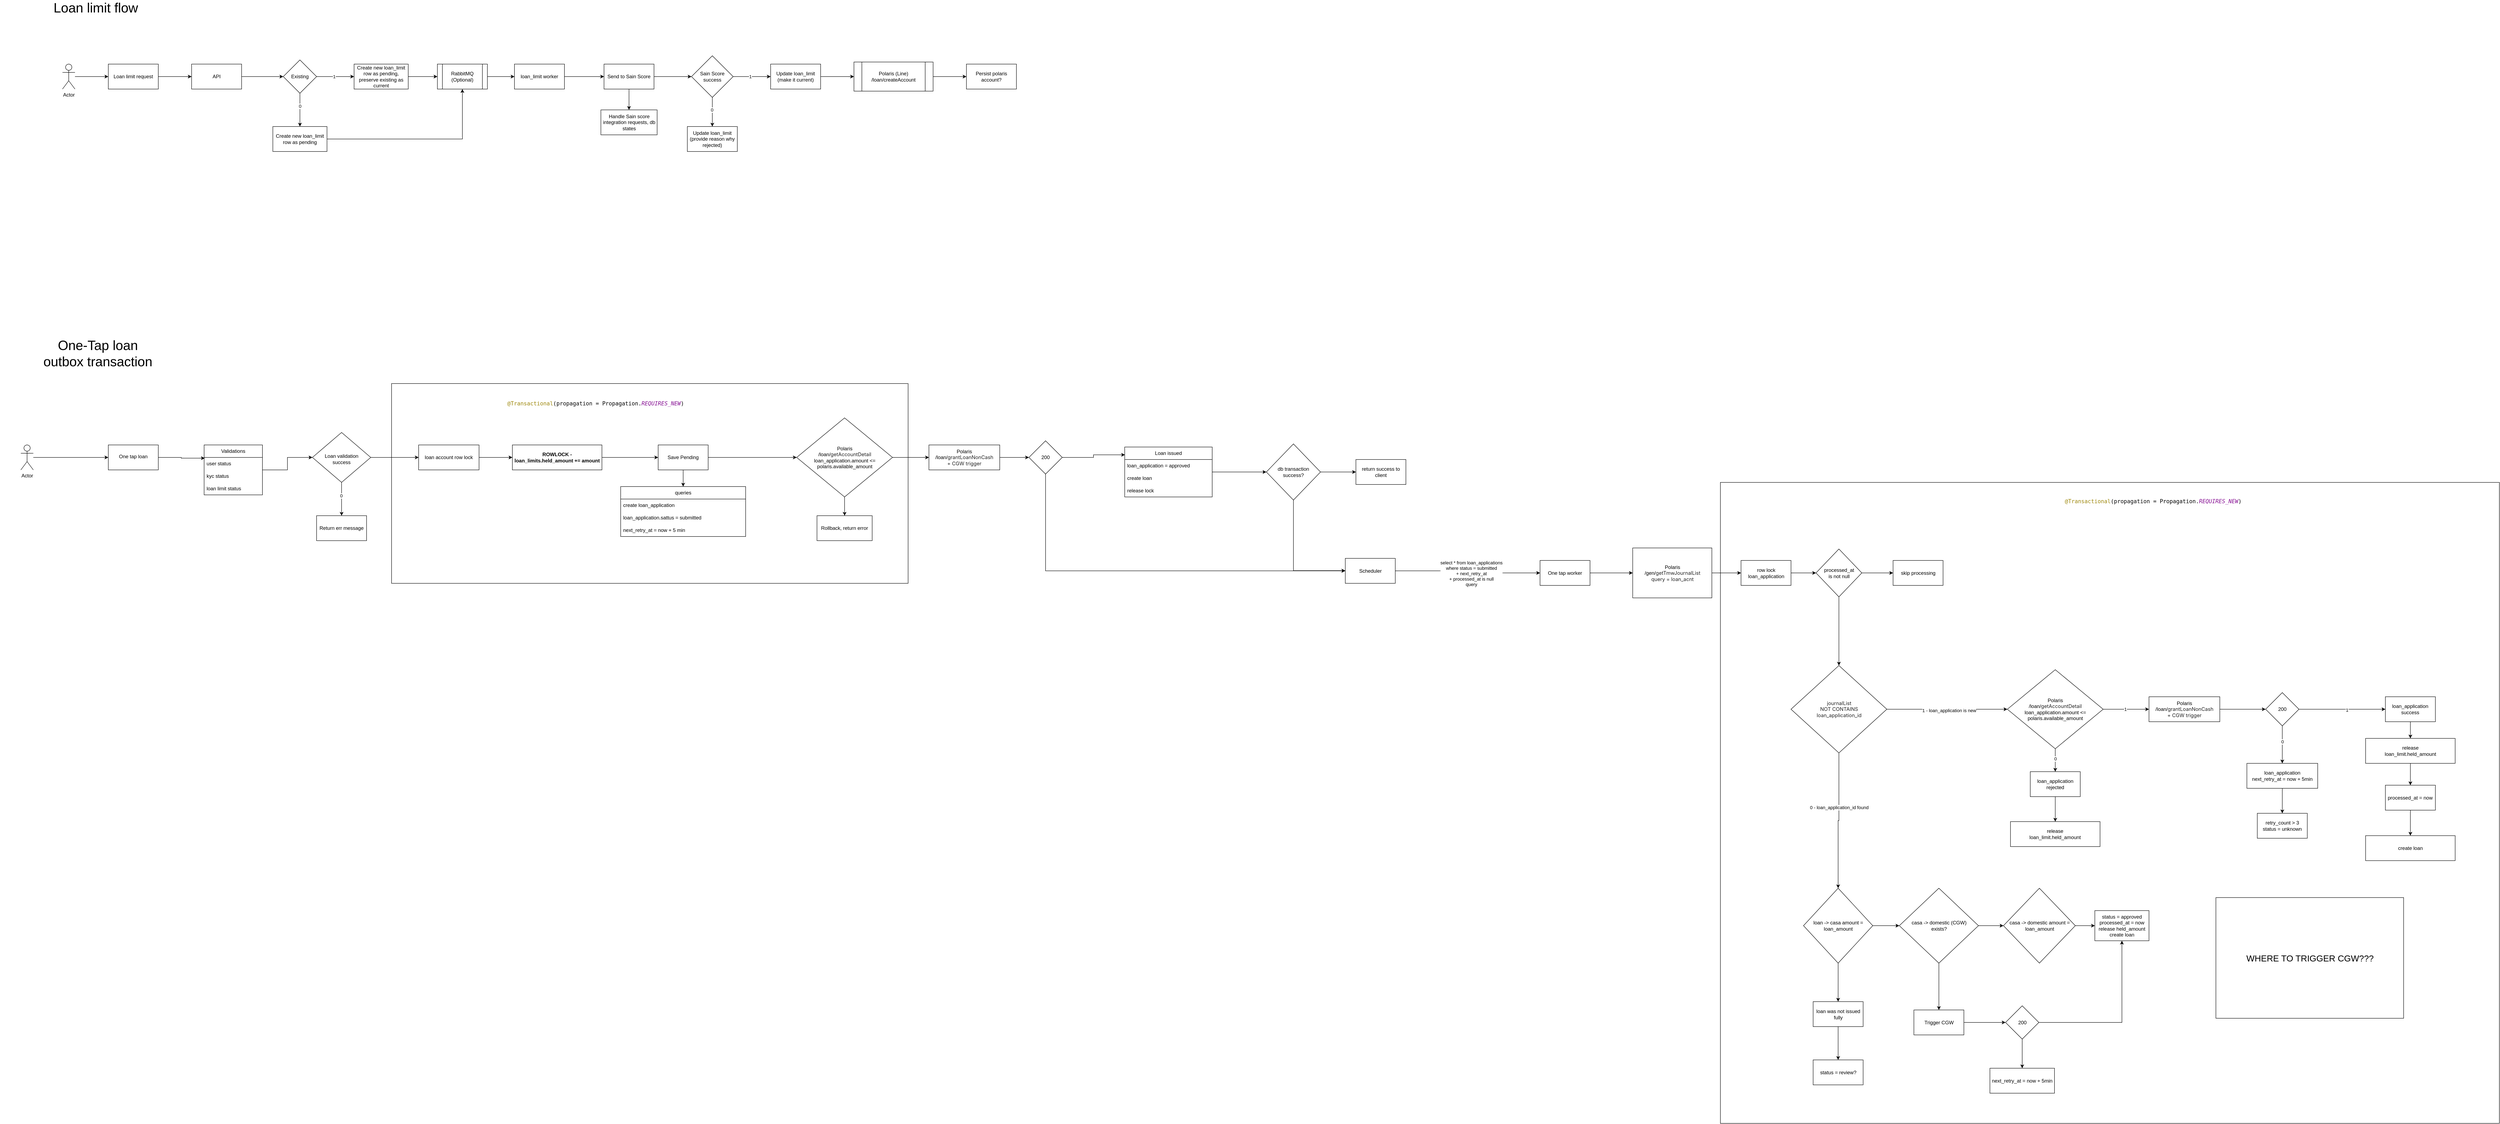
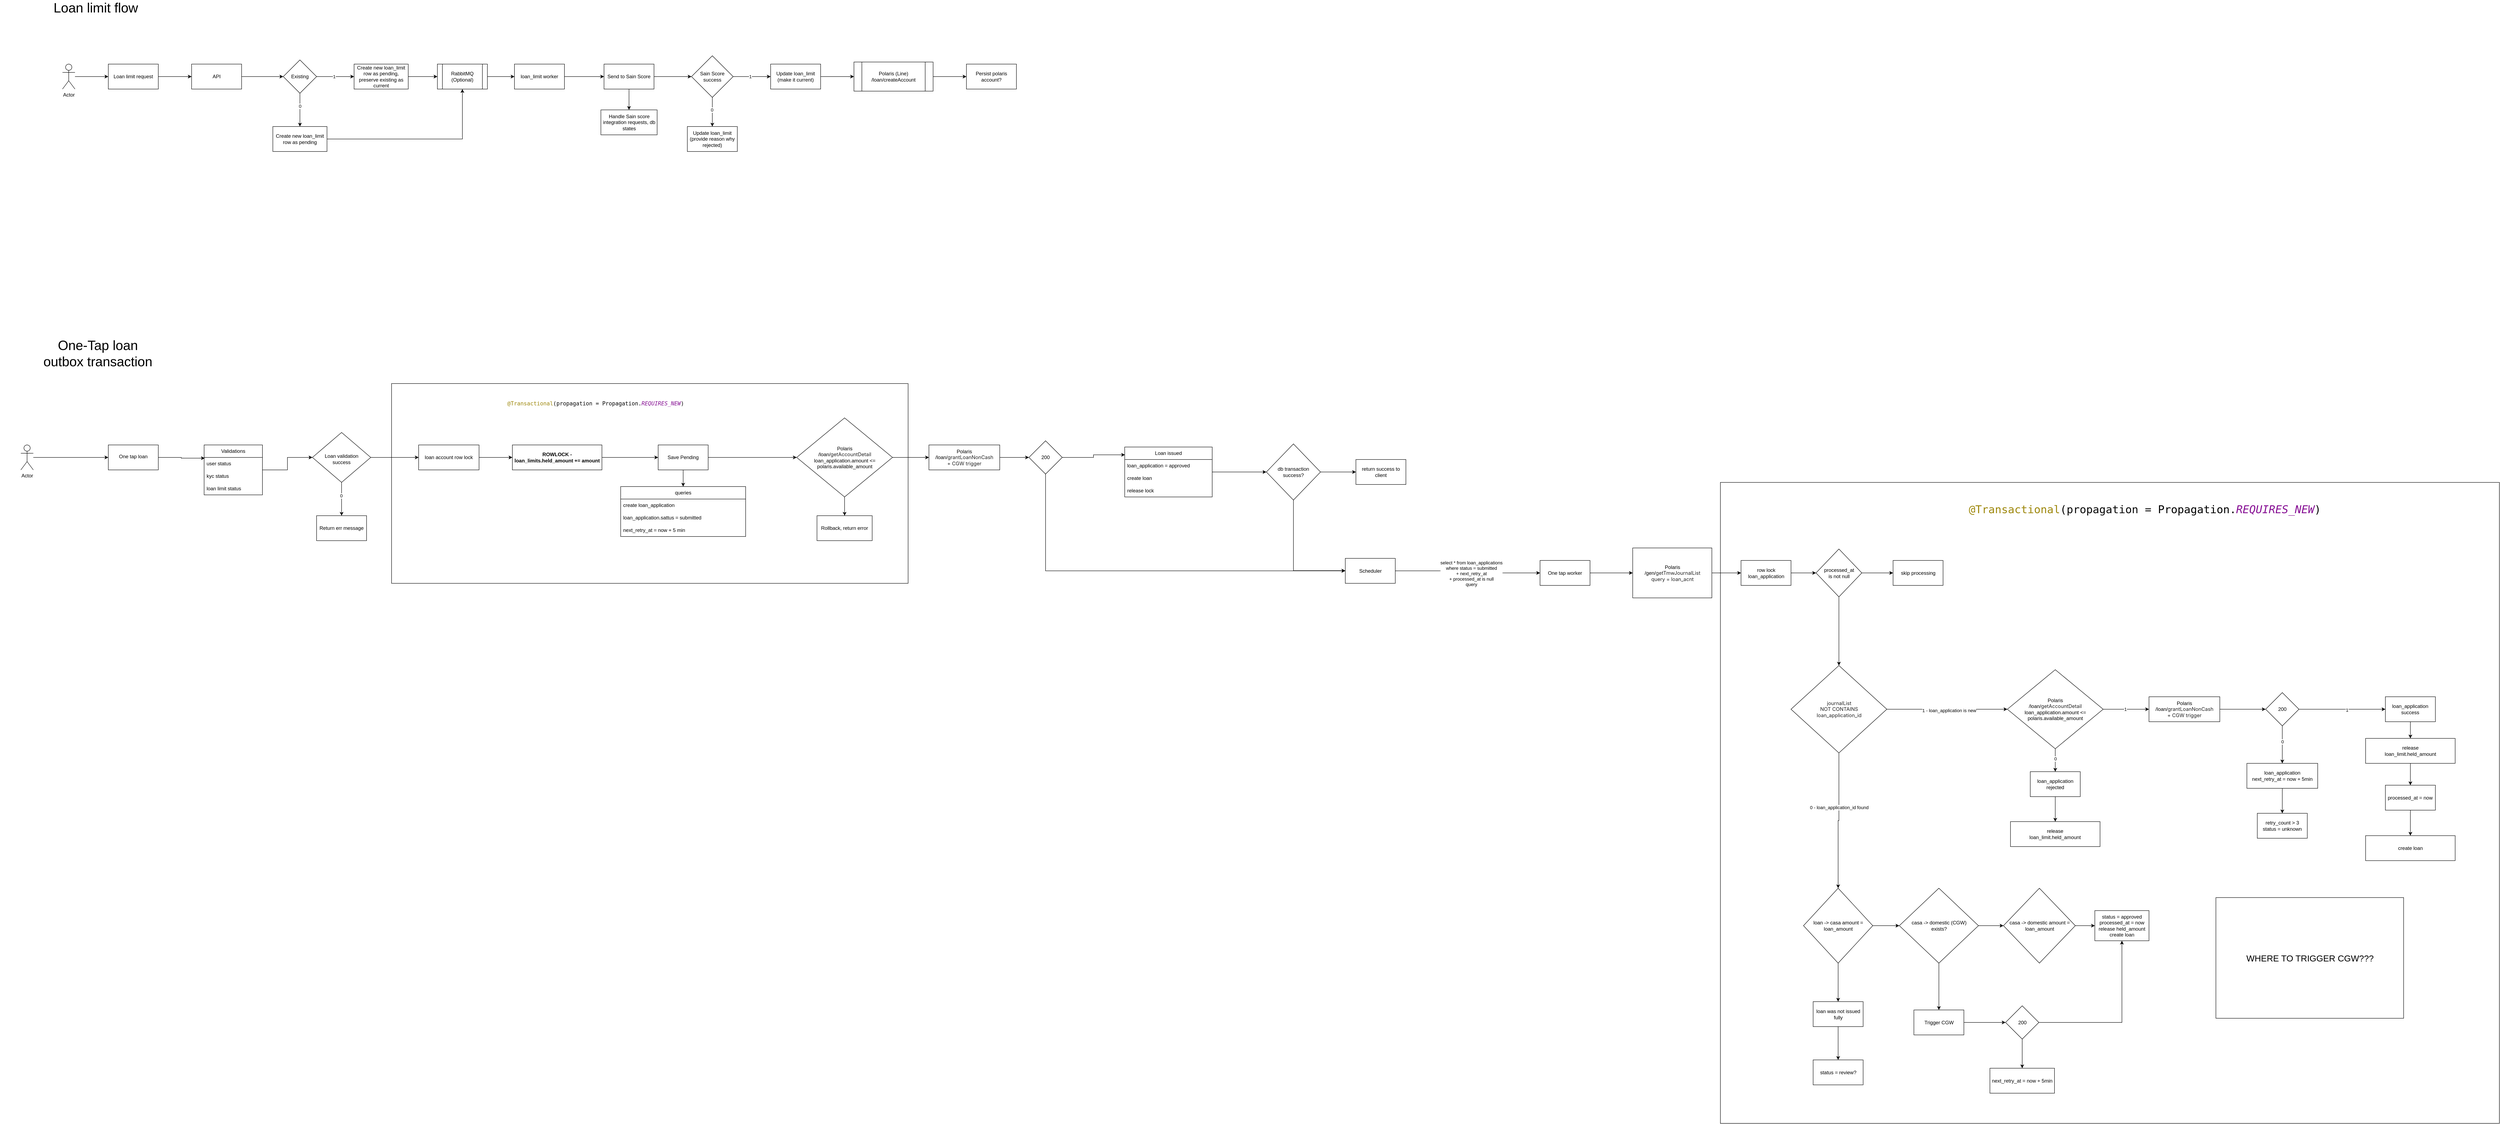
<mxfile host="app.diagrams.net">
  <diagram name="Page-1" id="VCBSuIh8bz7kurrQ0Zaz">
    <mxGraphModel dx="3826" dy="1740" grid="1" gridSize="10" guides="1" tooltips="1" connect="1" arrows="1" fold="1" page="1" pageScale="1" pageWidth="850" pageHeight="1100" math="0" shadow="0">
      <root>
        <mxCell id="0" />
        <mxCell id="1" parent="0" />
        <mxCell id="In8fDh9ZLN2M87an2Miy-188" parent="1" style="rounded=0;whiteSpace=wrap;html=1;" value="" vertex="1">
          <mxGeometry height="1540" width="1870" x="4020" y="1215" as="geometry" />
        </mxCell>
        <mxCell id="In8fDh9ZLN2M87an2Miy-172" parent="1" style="rounded=0;whiteSpace=wrap;html=1;" value="" vertex="1">
          <mxGeometry height="480" width="1240" x="830" y="977.5" as="geometry" />
        </mxCell>
        <mxCell id="KqixbsF9o6dLofBvsG9t-5" edge="1" parent="1" source="KqixbsF9o6dLofBvsG9t-1" style="edgeStyle=orthogonalEdgeStyle;rounded=0;orthogonalLoop=1;jettySize=auto;html=1;" target="KqixbsF9o6dLofBvsG9t-4" value="">
          <mxGeometry relative="1" as="geometry" />
        </mxCell>
        <mxCell id="KqixbsF9o6dLofBvsG9t-1" parent="1" style="rounded=0;whiteSpace=wrap;html=1;" value="Loan limit request" vertex="1">
          <mxGeometry height="60" width="120" x="150" y="210" as="geometry" />
        </mxCell>
        <mxCell id="KqixbsF9o6dLofBvsG9t-3" edge="1" parent="1" source="KqixbsF9o6dLofBvsG9t-2" style="edgeStyle=orthogonalEdgeStyle;rounded=0;orthogonalLoop=1;jettySize=auto;html=1;" target="KqixbsF9o6dLofBvsG9t-1" value="">
          <mxGeometry relative="1" as="geometry" />
        </mxCell>
        <mxCell id="KqixbsF9o6dLofBvsG9t-2" parent="1" style="shape=umlActor;verticalLabelPosition=bottom;verticalAlign=top;html=1;outlineConnect=0;" value="Actor" vertex="1">
          <mxGeometry height="60" width="30" x="40" y="210" as="geometry" />
        </mxCell>
        <mxCell id="KqixbsF9o6dLofBvsG9t-9" edge="1" parent="1" source="KqixbsF9o6dLofBvsG9t-4" style="edgeStyle=orthogonalEdgeStyle;rounded=0;orthogonalLoop=1;jettySize=auto;html=1;" target="KqixbsF9o6dLofBvsG9t-8" value="">
          <mxGeometry relative="1" as="geometry" />
        </mxCell>
        <mxCell id="KqixbsF9o6dLofBvsG9t-4" parent="1" style="rounded=0;whiteSpace=wrap;html=1;" value="API" vertex="1">
          <mxGeometry height="60" width="120" x="350" y="210" as="geometry" />
        </mxCell>
        <mxCell id="KqixbsF9o6dLofBvsG9t-11" edge="1" parent="1" source="KqixbsF9o6dLofBvsG9t-8" style="edgeStyle=orthogonalEdgeStyle;rounded=0;orthogonalLoop=1;jettySize=auto;html=1;" target="KqixbsF9o6dLofBvsG9t-10" value="">
          <mxGeometry relative="1" as="geometry" />
        </mxCell>
        <mxCell id="KqixbsF9o6dLofBvsG9t-12" connectable="0" parent="KqixbsF9o6dLofBvsG9t-11" style="edgeLabel;html=1;align=center;verticalAlign=middle;resizable=0;points=[];" value="1" vertex="1">
          <mxGeometry relative="1" x="-0.079" as="geometry">
            <mxPoint as="offset" />
          </mxGeometry>
        </mxCell>
        <mxCell id="KqixbsF9o6dLofBvsG9t-14" edge="1" parent="1" source="KqixbsF9o6dLofBvsG9t-8" style="edgeStyle=orthogonalEdgeStyle;rounded=0;orthogonalLoop=1;jettySize=auto;html=1;" target="KqixbsF9o6dLofBvsG9t-13" value="">
          <mxGeometry relative="1" as="geometry" />
        </mxCell>
        <mxCell id="KqixbsF9o6dLofBvsG9t-15" connectable="0" parent="KqixbsF9o6dLofBvsG9t-14" style="edgeLabel;html=1;align=center;verticalAlign=middle;resizable=0;points=[];" value="0" vertex="1">
          <mxGeometry relative="1" x="-0.2407" as="geometry">
            <mxPoint as="offset" />
          </mxGeometry>
        </mxCell>
        <mxCell id="KqixbsF9o6dLofBvsG9t-8" parent="1" style="rhombus;whiteSpace=wrap;html=1;rounded=0;" value="Existing" vertex="1">
          <mxGeometry height="80" width="80" x="570" y="200" as="geometry" />
        </mxCell>
        <mxCell id="KqixbsF9o6dLofBvsG9t-23" edge="1" parent="1" source="KqixbsF9o6dLofBvsG9t-10" style="edgeStyle=orthogonalEdgeStyle;rounded=0;orthogonalLoop=1;jettySize=auto;html=1;" target="KqixbsF9o6dLofBvsG9t-22" value="">
          <mxGeometry relative="1" as="geometry" />
        </mxCell>
        <mxCell id="KqixbsF9o6dLofBvsG9t-10" parent="1" style="whiteSpace=wrap;html=1;rounded=0;" value="Create new loan_limit row as pending, preserve existing as current" vertex="1">
          <mxGeometry height="60" width="130" x="740" y="210" as="geometry" />
        </mxCell>
        <mxCell id="KqixbsF9o6dLofBvsG9t-26" edge="1" parent="1" source="KqixbsF9o6dLofBvsG9t-13" style="edgeStyle=orthogonalEdgeStyle;rounded=0;orthogonalLoop=1;jettySize=auto;html=1;entryX=0.5;entryY=1;entryDx=0;entryDy=0;" target="KqixbsF9o6dLofBvsG9t-22">
          <mxGeometry relative="1" as="geometry" />
        </mxCell>
        <mxCell id="KqixbsF9o6dLofBvsG9t-13" parent="1" style="whiteSpace=wrap;html=1;rounded=0;" value="Create new loan_limit row as pending" vertex="1">
          <mxGeometry height="60" width="130" x="545" y="360" as="geometry" />
        </mxCell>
        <mxCell id="KqixbsF9o6dLofBvsG9t-25" edge="1" parent="1" source="KqixbsF9o6dLofBvsG9t-22" style="edgeStyle=orthogonalEdgeStyle;rounded=0;orthogonalLoop=1;jettySize=auto;html=1;" target="KqixbsF9o6dLofBvsG9t-24" value="">
          <mxGeometry relative="1" as="geometry" />
        </mxCell>
        <mxCell id="KqixbsF9o6dLofBvsG9t-22" parent="1" style="shape=process;whiteSpace=wrap;html=1;backgroundOutline=1;rounded=0;" value="RabbitMQ (Optional)" vertex="1">
          <mxGeometry height="60" width="120" x="940" y="210" as="geometry" />
        </mxCell>
        <mxCell id="KqixbsF9o6dLofBvsG9t-28" edge="1" parent="1" source="KqixbsF9o6dLofBvsG9t-24" style="edgeStyle=orthogonalEdgeStyle;rounded=0;orthogonalLoop=1;jettySize=auto;html=1;" target="KqixbsF9o6dLofBvsG9t-27" value="">
          <mxGeometry relative="1" as="geometry" />
        </mxCell>
        <mxCell id="KqixbsF9o6dLofBvsG9t-24" parent="1" style="whiteSpace=wrap;html=1;rounded=0;" value="loan_limit worker" vertex="1">
          <mxGeometry height="60" width="120" x="1125" y="210" as="geometry" />
        </mxCell>
        <mxCell id="KqixbsF9o6dLofBvsG9t-30" edge="1" parent="1" source="KqixbsF9o6dLofBvsG9t-27" style="edgeStyle=orthogonalEdgeStyle;rounded=0;orthogonalLoop=1;jettySize=auto;html=1;" target="KqixbsF9o6dLofBvsG9t-29" value="">
          <mxGeometry relative="1" as="geometry" />
        </mxCell>
        <mxCell id="KqixbsF9o6dLofBvsG9t-38" edge="1" parent="1" source="KqixbsF9o6dLofBvsG9t-27" style="edgeStyle=orthogonalEdgeStyle;rounded=0;orthogonalLoop=1;jettySize=auto;html=1;" target="KqixbsF9o6dLofBvsG9t-37" value="">
          <mxGeometry relative="1" as="geometry" />
        </mxCell>
        <mxCell id="KqixbsF9o6dLofBvsG9t-27" parent="1" style="whiteSpace=wrap;html=1;rounded=0;" value="Send to Sain Score" vertex="1">
          <mxGeometry height="60" width="120" x="1340" y="210" as="geometry" />
        </mxCell>
        <mxCell id="KqixbsF9o6dLofBvsG9t-32" edge="1" parent="1" source="KqixbsF9o6dLofBvsG9t-29" style="edgeStyle=orthogonalEdgeStyle;rounded=0;orthogonalLoop=1;jettySize=auto;html=1;" target="KqixbsF9o6dLofBvsG9t-31" value="">
          <mxGeometry relative="1" as="geometry" />
        </mxCell>
        <mxCell id="KqixbsF9o6dLofBvsG9t-33" connectable="0" parent="KqixbsF9o6dLofBvsG9t-32" style="edgeLabel;html=1;align=center;verticalAlign=middle;resizable=0;points=[];" value="1" vertex="1">
          <mxGeometry relative="1" x="-0.1048" as="geometry">
            <mxPoint as="offset" />
          </mxGeometry>
        </mxCell>
        <mxCell id="KqixbsF9o6dLofBvsG9t-35" edge="1" parent="1" source="KqixbsF9o6dLofBvsG9t-29" style="edgeStyle=orthogonalEdgeStyle;rounded=0;orthogonalLoop=1;jettySize=auto;html=1;" target="KqixbsF9o6dLofBvsG9t-34" value="">
          <mxGeometry relative="1" as="geometry" />
        </mxCell>
        <mxCell id="KqixbsF9o6dLofBvsG9t-36" connectable="0" parent="KqixbsF9o6dLofBvsG9t-35" style="edgeLabel;html=1;align=center;verticalAlign=middle;resizable=0;points=[];" value="0" vertex="1">
          <mxGeometry relative="1" x="-0.1429" y="-1" as="geometry">
            <mxPoint as="offset" />
          </mxGeometry>
        </mxCell>
        <mxCell id="KqixbsF9o6dLofBvsG9t-29" parent="1" style="rhombus;whiteSpace=wrap;html=1;rounded=0;" value="Sain Score success" vertex="1">
          <mxGeometry height="100" width="100" x="1550" y="190" as="geometry" />
        </mxCell>
        <mxCell id="KqixbsF9o6dLofBvsG9t-66" edge="1" parent="1" source="KqixbsF9o6dLofBvsG9t-31" style="edgeStyle=orthogonalEdgeStyle;rounded=0;orthogonalLoop=1;jettySize=auto;html=1;" target="KqixbsF9o6dLofBvsG9t-65" value="">
          <mxGeometry relative="1" as="geometry" />
        </mxCell>
        <mxCell id="KqixbsF9o6dLofBvsG9t-31" parent="1" style="whiteSpace=wrap;html=1;rounded=0;" value="Update loan_limit (make it current)" vertex="1">
          <mxGeometry height="60" width="120" x="1740" y="210" as="geometry" />
        </mxCell>
        <mxCell id="KqixbsF9o6dLofBvsG9t-34" parent="1" style="whiteSpace=wrap;html=1;rounded=0;" value="Update loan_limit&lt;br&gt;(provide reason why rejected)" vertex="1">
          <mxGeometry height="60" width="120" x="1540" y="360" as="geometry" />
        </mxCell>
        <mxCell id="KqixbsF9o6dLofBvsG9t-37" parent="1" style="whiteSpace=wrap;html=1;rounded=0;" value="Handle Sain score integration requests, db states" vertex="1">
          <mxGeometry height="60" width="135" x="1332.5" y="320" as="geometry" />
        </mxCell>
        <mxCell id="KqixbsF9o6dLofBvsG9t-40" parent="1" style="text;html=1;whiteSpace=wrap;strokeColor=none;fillColor=none;align=center;verticalAlign=middle;rounded=0;fontSize=32;" value="Loan limit flow" vertex="1">
          <mxGeometry height="30" width="260" x="-10" y="60" as="geometry" />
        </mxCell>
        <mxCell id="KqixbsF9o6dLofBvsG9t-74" edge="1" parent="1" source="KqixbsF9o6dLofBvsG9t-65" style="edgeStyle=orthogonalEdgeStyle;rounded=0;orthogonalLoop=1;jettySize=auto;html=1;" target="KqixbsF9o6dLofBvsG9t-73" value="">
          <mxGeometry relative="1" as="geometry" />
        </mxCell>
        <mxCell id="KqixbsF9o6dLofBvsG9t-65" parent="1" style="shape=process;whiteSpace=wrap;html=1;backgroundOutline=1;rounded=0;" value="Polaris (Line)&lt;br&gt;/loan/createAccount" vertex="1">
          <mxGeometry height="70" width="190" x="1940" y="205" as="geometry" />
        </mxCell>
        <mxCell id="KqixbsF9o6dLofBvsG9t-73" parent="1" style="whiteSpace=wrap;html=1;rounded=0;" value="Persist polaris account?" vertex="1">
          <mxGeometry height="60" width="120" x="2210" y="210" as="geometry" />
        </mxCell>
        <mxCell id="U8Ajh8Gpa-m2DNKNFQys-1" parent="1" style="text;html=1;whiteSpace=wrap;strokeColor=none;fillColor=none;align=center;verticalAlign=middle;rounded=0;fontSize=32;" value="One-Tap loan&lt;br&gt;outbox transaction" vertex="1">
          <mxGeometry height="30" width="470" x="-110" y="890" as="geometry" />
        </mxCell>
        <mxCell id="In8fDh9ZLN2M87an2Miy-1" edge="1" parent="1" source="In8fDh9ZLN2M87an2Miy-2" style="edgeStyle=orthogonalEdgeStyle;rounded=0;orthogonalLoop=1;jettySize=auto;html=1;" target="In8fDh9ZLN2M87an2Miy-4" value="">
          <mxGeometry relative="1" as="geometry" />
        </mxCell>
        <mxCell id="In8fDh9ZLN2M87an2Miy-2" parent="1" style="shape=umlActor;verticalLabelPosition=bottom;verticalAlign=top;html=1;outlineConnect=0;" value="Actor" vertex="1">
          <mxGeometry height="60" width="30" x="-60" y="1125" as="geometry" />
        </mxCell>
        <mxCell id="In8fDh9ZLN2M87an2Miy-3" edge="1" parent="1" source="In8fDh9ZLN2M87an2Miy-4" style="edgeStyle=orthogonalEdgeStyle;rounded=0;orthogonalLoop=1;jettySize=auto;html=1;entryX=0.011;entryY=0.06;entryDx=0;entryDy=0;entryPerimeter=0;" target="In8fDh9ZLN2M87an2Miy-28" value="">
          <mxGeometry relative="1" as="geometry">
            <mxPoint x="360" y="1155" as="targetPoint" />
          </mxGeometry>
        </mxCell>
        <mxCell id="In8fDh9ZLN2M87an2Miy-4" parent="1" style="whiteSpace=wrap;html=1;verticalAlign=top;" value="&lt;div&gt;&lt;br&gt;&lt;/div&gt;&lt;div&gt;One tap loan&lt;/div&gt;" vertex="1">
          <mxGeometry height="60" width="120" x="150" y="1125" as="geometry" />
        </mxCell>
        <mxCell id="In8fDh9ZLN2M87an2Miy-7" edge="1" parent="1" source="In8fDh9ZLN2M87an2Miy-9" style="edgeStyle=orthogonalEdgeStyle;rounded=0;orthogonalLoop=1;jettySize=auto;html=1;" target="In8fDh9ZLN2M87an2Miy-13" value="">
          <mxGeometry relative="1" as="geometry" />
        </mxCell>
        <mxCell id="In8fDh9ZLN2M87an2Miy-8" connectable="0" parent="In8fDh9ZLN2M87an2Miy-7" style="edgeLabel;html=1;align=center;verticalAlign=middle;resizable=0;points=[];" value="0" vertex="1">
          <mxGeometry relative="1" x="-0.2091" y="-1" as="geometry">
            <mxPoint as="offset" />
          </mxGeometry>
        </mxCell>
        <mxCell id="In8fDh9ZLN2M87an2Miy-163" edge="1" parent="1" source="In8fDh9ZLN2M87an2Miy-9" style="edgeStyle=orthogonalEdgeStyle;rounded=0;orthogonalLoop=1;jettySize=auto;html=1;entryX=0;entryY=0.5;entryDx=0;entryDy=0;" target="In8fDh9ZLN2M87an2Miy-161">
          <mxGeometry relative="1" as="geometry" />
        </mxCell>
        <mxCell id="In8fDh9ZLN2M87an2Miy-9" parent="1" style="rhombus;whiteSpace=wrap;html=1;verticalAlign=top;" value="&lt;br&gt;&lt;br&gt;&lt;div&gt;&lt;br&gt;&lt;/div&gt;&lt;div&gt;Loan validation&lt;br&gt;success&lt;/div&gt;" vertex="1">
          <mxGeometry height="120" width="140" x="640" y="1095" as="geometry" />
        </mxCell>
        <mxCell id="In8fDh9ZLN2M87an2Miy-10" edge="1" parent="1" source="In8fDh9ZLN2M87an2Miy-12" style="edgeStyle=orthogonalEdgeStyle;rounded=0;orthogonalLoop=1;jettySize=auto;html=1;entryX=0.5;entryY=0;entryDx=0;entryDy=0;" target="In8fDh9ZLN2M87an2Miy-14">
          <mxGeometry relative="1" as="geometry" />
        </mxCell>
        <mxCell id="In8fDh9ZLN2M87an2Miy-54" edge="1" parent="1" source="In8fDh9ZLN2M87an2Miy-105" style="edgeStyle=orthogonalEdgeStyle;rounded=0;orthogonalLoop=1;jettySize=auto;html=1;exitX=1;exitY=0.5;exitDx=0;exitDy=0;" target="In8fDh9ZLN2M87an2Miy-53" value="">
          <mxGeometry relative="1" as="geometry">
            <mxPoint x="3329.5" y="1432.5" as="sourcePoint" />
          </mxGeometry>
        </mxCell>
        <mxCell id="In8fDh9ZLN2M87an2Miy-55" connectable="0" parent="In8fDh9ZLN2M87an2Miy-54" style="edgeLabel;html=1;align=center;verticalAlign=middle;resizable=0;points=[];" value="select * from loan_applications&lt;br&gt;where status = submitted&lt;br&gt;+ next_retry_at&lt;br&gt;+ processed_at is null&lt;br&gt;query" vertex="1">
          <mxGeometry relative="1" x="0.0637" y="-1" as="geometry">
            <mxPoint as="offset" />
          </mxGeometry>
        </mxCell>
        <mxCell id="In8fDh9ZLN2M87an2Miy-173" edge="1" parent="1" source="In8fDh9ZLN2M87an2Miy-12" style="edgeStyle=orthogonalEdgeStyle;rounded=0;orthogonalLoop=1;jettySize=auto;html=1;entryX=0;entryY=0.5;entryDx=0;entryDy=0;" target="In8fDh9ZLN2M87an2Miy-152">
          <mxGeometry relative="1" as="geometry" />
        </mxCell>
        <mxCell id="In8fDh9ZLN2M87an2Miy-12" parent="1" style="whiteSpace=wrap;html=1;verticalAlign=middle;" value="Save Pending" vertex="1">
          <mxGeometry height="60" width="120" x="1470" y="1125" as="geometry" />
        </mxCell>
        <mxCell id="In8fDh9ZLN2M87an2Miy-13" parent="1" style="whiteSpace=wrap;html=1;verticalAlign=middle;" value="Return err message" vertex="1">
          <mxGeometry height="60" width="120" x="650" y="1295" as="geometry" />
        </mxCell>
        <mxCell id="In8fDh9ZLN2M87an2Miy-14" parent="1" style="swimlane;fontStyle=0;childLayout=stackLayout;horizontal=1;startSize=30;horizontalStack=0;resizeParent=1;resizeParentMax=0;resizeLast=0;collapsible=1;marginBottom=0;whiteSpace=wrap;html=1;" value="queries" vertex="1">
          <mxGeometry height="120" width="300" x="1380" y="1225" as="geometry" />
        </mxCell>
        <mxCell id="In8fDh9ZLN2M87an2Miy-15" parent="In8fDh9ZLN2M87an2Miy-14" style="text;strokeColor=none;fillColor=none;align=left;verticalAlign=middle;spacingLeft=4;spacingRight=4;overflow=hidden;points=[[0,0.5],[1,0.5]];portConstraint=eastwest;rotatable=0;whiteSpace=wrap;html=1;" value="create loan_application" vertex="1">
          <mxGeometry height="30" width="300" y="30" as="geometry" />
        </mxCell>
        <mxCell id="In8fDh9ZLN2M87an2Miy-104" parent="In8fDh9ZLN2M87an2Miy-14" style="text;strokeColor=none;fillColor=none;align=left;verticalAlign=middle;spacingLeft=4;spacingRight=4;overflow=hidden;points=[[0,0.5],[1,0.5]];portConstraint=eastwest;rotatable=0;whiteSpace=wrap;html=1;" value="loan_application.sattus = submitted" vertex="1">
          <mxGeometry height="30" width="300" y="60" as="geometry" />
        </mxCell>
        <mxCell id="In8fDh9ZLN2M87an2Miy-17" parent="In8fDh9ZLN2M87an2Miy-14" style="text;strokeColor=none;fillColor=none;align=left;verticalAlign=middle;spacingLeft=4;spacingRight=4;overflow=hidden;points=[[0,0.5],[1,0.5]];portConstraint=eastwest;rotatable=0;whiteSpace=wrap;html=1;" value="next_retry_at = now + 5 min" vertex="1">
          <mxGeometry height="30" width="300" y="90" as="geometry" />
        </mxCell>
        <mxCell id="In8fDh9ZLN2M87an2Miy-32" edge="1" parent="1" source="In8fDh9ZLN2M87an2Miy-27" style="edgeStyle=orthogonalEdgeStyle;rounded=0;orthogonalLoop=1;jettySize=auto;html=1;entryX=0;entryY=0.5;entryDx=0;entryDy=0;" target="In8fDh9ZLN2M87an2Miy-9">
          <mxGeometry relative="1" as="geometry" />
        </mxCell>
        <mxCell id="In8fDh9ZLN2M87an2Miy-27" parent="1" style="swimlane;fontStyle=0;childLayout=stackLayout;horizontal=1;startSize=30;horizontalStack=0;resizeParent=1;resizeParentMax=0;resizeLast=0;collapsible=1;marginBottom=0;whiteSpace=wrap;html=1;" value="Validations" vertex="1">
          <mxGeometry height="120" width="140" x="380" y="1125" as="geometry" />
        </mxCell>
        <mxCell id="In8fDh9ZLN2M87an2Miy-28" parent="In8fDh9ZLN2M87an2Miy-27" style="text;strokeColor=none;fillColor=none;align=left;verticalAlign=middle;spacingLeft=4;spacingRight=4;overflow=hidden;points=[[0,0.5],[1,0.5]];portConstraint=eastwest;rotatable=0;whiteSpace=wrap;html=1;" value="user status" vertex="1">
          <mxGeometry height="30" width="140" y="30" as="geometry" />
        </mxCell>
        <mxCell id="In8fDh9ZLN2M87an2Miy-29" parent="In8fDh9ZLN2M87an2Miy-27" style="text;strokeColor=none;fillColor=none;align=left;verticalAlign=middle;spacingLeft=4;spacingRight=4;overflow=hidden;points=[[0,0.5],[1,0.5]];portConstraint=eastwest;rotatable=0;whiteSpace=wrap;html=1;" value="kyc status" vertex="1">
          <mxGeometry height="30" width="140" y="60" as="geometry" />
        </mxCell>
        <mxCell id="In8fDh9ZLN2M87an2Miy-33" parent="In8fDh9ZLN2M87an2Miy-27" style="text;strokeColor=none;fillColor=none;align=left;verticalAlign=middle;spacingLeft=4;spacingRight=4;overflow=hidden;points=[[0,0.5],[1,0.5]];portConstraint=eastwest;rotatable=0;whiteSpace=wrap;html=1;" value="loan limit status" vertex="1">
          <mxGeometry height="30" width="140" y="90" as="geometry" />
        </mxCell>
        <mxCell id="In8fDh9ZLN2M87an2Miy-116" edge="1" parent="1" source="In8fDh9ZLN2M87an2Miy-53" style="edgeStyle=orthogonalEdgeStyle;rounded=0;orthogonalLoop=1;jettySize=auto;html=1;entryX=0;entryY=0.5;entryDx=0;entryDy=0;" target="In8fDh9ZLN2M87an2Miy-68">
          <mxGeometry relative="1" as="geometry" />
        </mxCell>
        <mxCell id="In8fDh9ZLN2M87an2Miy-53" parent="1" style="whiteSpace=wrap;html=1;" value="One tap worker" vertex="1">
          <mxGeometry height="60" width="120" x="3587" y="1402.5" as="geometry" />
        </mxCell>
        <mxCell id="In8fDh9ZLN2M87an2Miy-67" edge="1" parent="1" source="In8fDh9ZLN2M87an2Miy-58" style="edgeStyle=orthogonalEdgeStyle;rounded=0;orthogonalLoop=1;jettySize=auto;html=1;entryX=0;entryY=0.5;entryDx=0;entryDy=0;" target="In8fDh9ZLN2M87an2Miy-66" value="">
          <mxGeometry relative="1" as="geometry">
            <mxPoint x="5343.87" y="1760" as="targetPoint" />
          </mxGeometry>
        </mxCell>
        <mxCell id="In8fDh9ZLN2M87an2Miy-58" parent="1" style="whiteSpace=wrap;html=1;" value="Polaris /loan/&lt;span style=&quot;color: rgb(33, 33, 33); font-family: Inter, system-ui, -apple-system, &amp;quot;system-ui&amp;quot;, &amp;quot;Segoe UI&amp;quot;, Roboto, Oxygen, Ubuntu, Cantarell, &amp;quot;Fira Sans&amp;quot;, &amp;quot;Droid Sans&amp;quot;, Helvetica, Arial, sans-serif; text-align: left; white-space: pre-wrap; background-color: rgb(255, 255, 255);&quot;&gt;grantLoanNonCash&lt;br/&gt;+ CGW trigger&lt;/span&gt;" vertex="1">
          <mxGeometry height="60" width="170" x="5048.87" y="1730" as="geometry" />
        </mxCell>
        <mxCell id="In8fDh9ZLN2M87an2Miy-62" edge="1" parent="1" source="In8fDh9ZLN2M87an2Miy-59" style="edgeStyle=orthogonalEdgeStyle;rounded=0;orthogonalLoop=1;jettySize=auto;html=1;" target="In8fDh9ZLN2M87an2Miy-61" value="">
          <mxGeometry relative="1" as="geometry" />
        </mxCell>
        <mxCell id="In8fDh9ZLN2M87an2Miy-91" connectable="0" parent="In8fDh9ZLN2M87an2Miy-62" style="edgeLabel;html=1;align=center;verticalAlign=middle;resizable=0;points=[];" value="0" vertex="1">
          <mxGeometry relative="1" x="-0.1431" as="geometry">
            <mxPoint as="offset" />
          </mxGeometry>
        </mxCell>
        <mxCell id="In8fDh9ZLN2M87an2Miy-65" edge="1" parent="1" source="In8fDh9ZLN2M87an2Miy-59" style="edgeStyle=orthogonalEdgeStyle;rounded=0;orthogonalLoop=1;jettySize=auto;html=1;" target="In8fDh9ZLN2M87an2Miy-58">
          <mxGeometry relative="1" as="geometry" />
        </mxCell>
        <mxCell id="In8fDh9ZLN2M87an2Miy-90" connectable="0" parent="In8fDh9ZLN2M87an2Miy-65" style="edgeLabel;html=1;align=center;verticalAlign=middle;resizable=0;points=[];" value="1" vertex="1">
          <mxGeometry relative="1" x="-0.0451" as="geometry">
            <mxPoint as="offset" />
          </mxGeometry>
        </mxCell>
        <mxCell id="In8fDh9ZLN2M87an2Miy-59" parent="1" style="rhombus;whiteSpace=wrap;html=1;" value="Polaris&lt;br&gt;/loan/&lt;span style=&quot;color: rgb(33, 33, 33); font-family: Inter, system-ui, -apple-system, &amp;quot;system-ui&amp;quot;, &amp;quot;Segoe UI&amp;quot;, Roboto, Oxygen, Ubuntu, Cantarell, &amp;quot;Fira Sans&amp;quot;, &amp;quot;Droid Sans&amp;quot;, Helvetica, Arial, sans-serif; text-align: left; white-space: pre-wrap; background-color: rgb(255, 255, 255);&quot;&gt;getAccountDetail&lt;/span&gt;&lt;br&gt;loan_application.amount &amp;lt;= polaris.available_amount" vertex="1">
          <mxGeometry height="190" width="230" x="4708.87" y="1665" as="geometry" />
        </mxCell>
        <mxCell id="In8fDh9ZLN2M87an2Miy-64" edge="1" parent="1" source="In8fDh9ZLN2M87an2Miy-61" style="edgeStyle=orthogonalEdgeStyle;rounded=0;orthogonalLoop=1;jettySize=auto;html=1;" target="In8fDh9ZLN2M87an2Miy-63" value="">
          <mxGeometry relative="1" as="geometry" />
        </mxCell>
        <mxCell id="In8fDh9ZLN2M87an2Miy-61" parent="1" style="whiteSpace=wrap;html=1;" value="loan_application&lt;br&gt;rejected" vertex="1">
          <mxGeometry height="60" width="120" x="4763.87" y="1910" as="geometry" />
        </mxCell>
        <mxCell id="In8fDh9ZLN2M87an2Miy-63" parent="1" style="whiteSpace=wrap;html=1;" value="release &lt;br&gt;loan_limit.held_amount" vertex="1">
          <mxGeometry height="60" width="215" x="4716.37" y="2030" as="geometry" />
        </mxCell>
        <mxCell id="In8fDh9ZLN2M87an2Miy-81" edge="1" parent="1" source="In8fDh9ZLN2M87an2Miy-66" style="edgeStyle=orthogonalEdgeStyle;rounded=0;orthogonalLoop=1;jettySize=auto;html=1;entryX=0;entryY=0.5;entryDx=0;entryDy=0;" target="In8fDh9ZLN2M87an2Miy-79">
          <mxGeometry relative="1" as="geometry" />
        </mxCell>
        <mxCell id="In8fDh9ZLN2M87an2Miy-92" connectable="0" parent="In8fDh9ZLN2M87an2Miy-81" style="edgeLabel;html=1;align=center;verticalAlign=middle;resizable=0;points=[];" value="1" vertex="1">
          <mxGeometry relative="1" x="0.1055" y="-2" as="geometry">
            <mxPoint as="offset" />
          </mxGeometry>
        </mxCell>
        <mxCell id="In8fDh9ZLN2M87an2Miy-83" edge="1" parent="1" source="In8fDh9ZLN2M87an2Miy-66" style="edgeStyle=orthogonalEdgeStyle;rounded=0;orthogonalLoop=1;jettySize=auto;html=1;" target="In8fDh9ZLN2M87an2Miy-82" value="">
          <mxGeometry relative="1" as="geometry" />
        </mxCell>
        <mxCell id="In8fDh9ZLN2M87an2Miy-93" connectable="0" parent="In8fDh9ZLN2M87an2Miy-83" style="edgeLabel;html=1;align=center;verticalAlign=middle;resizable=0;points=[];" value="0" vertex="1">
          <mxGeometry relative="1" x="-0.1623" as="geometry">
            <mxPoint as="offset" />
          </mxGeometry>
        </mxCell>
        <mxCell id="In8fDh9ZLN2M87an2Miy-66" parent="1" style="rhombus;whiteSpace=wrap;html=1;" value="200" vertex="1">
          <mxGeometry height="80" width="80" x="5328.87" y="1720" as="geometry" />
        </mxCell>
        <mxCell id="In8fDh9ZLN2M87an2Miy-119" edge="1" parent="1" source="In8fDh9ZLN2M87an2Miy-68" style="edgeStyle=orthogonalEdgeStyle;rounded=0;orthogonalLoop=1;jettySize=auto;html=1;" target="In8fDh9ZLN2M87an2Miy-118" value="">
          <mxGeometry relative="1" as="geometry" />
        </mxCell>
        <mxCell id="In8fDh9ZLN2M87an2Miy-68" parent="1" style="whiteSpace=wrap;html=1;" value="Polaris&lt;br&gt;/gen/&lt;span style=&quot;white-space: pre-wrap; color: rgb(33, 33, 33); font-family: Inter, system-ui, -apple-system, &amp;quot;system-ui&amp;quot;, &amp;quot;Segoe UI&amp;quot;, Roboto, Oxygen, Ubuntu, Cantarell, &amp;quot;Fira Sans&amp;quot;, &amp;quot;Droid Sans&amp;quot;, Helvetica, Arial, sans-serif; text-align: left; background-color: rgb(255, 255, 255);&quot;&gt;getTmwJournalList&lt;br&gt;query = loan_acnt&lt;/span&gt;" vertex="1">
          <mxGeometry height="120" width="190" x="3809.5" y="1372.5" as="geometry" />
        </mxCell>
        <mxCell id="In8fDh9ZLN2M87an2Miy-71" edge="1" parent="1" source="In8fDh9ZLN2M87an2Miy-69" style="edgeStyle=orthogonalEdgeStyle;rounded=0;orthogonalLoop=1;jettySize=auto;html=1;entryX=0;entryY=0.5;entryDx=0;entryDy=0;" target="In8fDh9ZLN2M87an2Miy-59">
          <mxGeometry relative="1" as="geometry" />
        </mxCell>
        <mxCell id="In8fDh9ZLN2M87an2Miy-77" connectable="0" parent="In8fDh9ZLN2M87an2Miy-71" style="edgeLabel;html=1;align=center;verticalAlign=middle;resizable=0;points=[];" value="1 - loan_application is new" vertex="1">
          <mxGeometry relative="1" x="0.0312" y="-3" as="geometry">
            <mxPoint as="offset" />
          </mxGeometry>
        </mxCell>
        <mxCell id="In8fDh9ZLN2M87an2Miy-73" edge="1" parent="1" source="In8fDh9ZLN2M87an2Miy-69" style="edgeStyle=orthogonalEdgeStyle;rounded=0;orthogonalLoop=1;jettySize=auto;html=1;entryX=0.5;entryY=0;entryDx=0;entryDy=0;" target="In8fDh9ZLN2M87an2Miy-111" value="">
          <mxGeometry relative="1" as="geometry">
            <mxPoint x="4303.87" y="1960" as="targetPoint" />
          </mxGeometry>
        </mxCell>
        <mxCell id="In8fDh9ZLN2M87an2Miy-74" connectable="0" parent="In8fDh9ZLN2M87an2Miy-73" style="edgeLabel;html=1;align=center;verticalAlign=middle;resizable=0;points=[];" value="0 - loan_application_id found" vertex="1">
          <mxGeometry relative="1" x="-0.1975" as="geometry">
            <mxPoint as="offset" />
          </mxGeometry>
        </mxCell>
        <mxCell id="In8fDh9ZLN2M87an2Miy-69" parent="1" style="rhombus;whiteSpace=wrap;html=1;verticalAlign=middle;" value="&lt;div style=&quot;text-align: center;&quot;&gt;&lt;span style=&quot;background-color: light-dark(rgb(255, 255, 255), rgb(18, 18, 18)); color: light-dark(rgb(33, 33, 33), rgb(209, 209, 209)); font-family: Inter, system-ui, -apple-system, &amp;quot;system-ui&amp;quot;, &amp;quot;Segoe UI&amp;quot;, Roboto, Oxygen, Ubuntu, Cantarell, &amp;quot;Fira Sans&amp;quot;, &amp;quot;Droid Sans&amp;quot;, Helvetica, Arial, sans-serif; text-align: left; white-space: pre-wrap;&quot;&gt;journalList&lt;br&gt;NOT CONTAINS&lt;/span&gt;&lt;/div&gt;&lt;span style=&quot;white-space: pre-wrap; color: rgb(33, 33, 33); font-family: Inter, system-ui, -apple-system, &amp;quot;system-ui&amp;quot;, &amp;quot;Segoe UI&amp;quot;, Roboto, Oxygen, Ubuntu, Cantarell, &amp;quot;Fira Sans&amp;quot;, &amp;quot;Droid Sans&amp;quot;, Helvetica, Arial, sans-serif; text-align: left; background-color: rgb(255, 255, 255);&quot;&gt;loan_application_id&lt;/span&gt;" vertex="1">
          <mxGeometry height="210" width="230" x="4189.5" y="1655" as="geometry" />
        </mxCell>
        <mxCell id="In8fDh9ZLN2M87an2Miy-78" edge="1" parent="1" source="In8fDh9ZLN2M87an2Miy-79" style="edgeStyle=orthogonalEdgeStyle;rounded=0;orthogonalLoop=1;jettySize=auto;html=1;" target="In8fDh9ZLN2M87an2Miy-80" value="">
          <mxGeometry relative="1" as="geometry" />
        </mxCell>
        <mxCell id="In8fDh9ZLN2M87an2Miy-79" parent="1" style="whiteSpace=wrap;html=1;" value="loan_application&lt;br&gt;success" vertex="1">
          <mxGeometry height="60" width="120" x="5616.37" y="1730" as="geometry" />
        </mxCell>
        <mxCell id="In8fDh9ZLN2M87an2Miy-132" edge="1" parent="1" source="In8fDh9ZLN2M87an2Miy-80" style="edgeStyle=orthogonalEdgeStyle;rounded=0;orthogonalLoop=1;jettySize=auto;html=1;" target="In8fDh9ZLN2M87an2Miy-131" value="">
          <mxGeometry relative="1" as="geometry" />
        </mxCell>
        <mxCell id="In8fDh9ZLN2M87an2Miy-80" parent="1" style="whiteSpace=wrap;html=1;" value="release &lt;br&gt;loan_limit.held_amount" vertex="1">
          <mxGeometry height="60" width="215" x="5568.87" y="1830" as="geometry" />
        </mxCell>
        <mxCell id="In8fDh9ZLN2M87an2Miy-95" edge="1" parent="1" source="In8fDh9ZLN2M87an2Miy-82" style="edgeStyle=orthogonalEdgeStyle;rounded=0;orthogonalLoop=1;jettySize=auto;html=1;" target="In8fDh9ZLN2M87an2Miy-94" value="">
          <mxGeometry relative="1" as="geometry" />
        </mxCell>
        <mxCell id="In8fDh9ZLN2M87an2Miy-82" parent="1" style="whiteSpace=wrap;html=1;" value="loan_application&lt;br&gt;next_retry_at = now + 5min" vertex="1">
          <mxGeometry height="60" width="170" x="5283.87" y="1890" as="geometry" />
        </mxCell>
        <mxCell id="In8fDh9ZLN2M87an2Miy-88" parent="1" style="whiteSpace=wrap;html=1;" value="create loan" vertex="1">
          <mxGeometry height="60" width="215" x="5568.87" y="2063.75" as="geometry" />
        </mxCell>
        <mxCell id="In8fDh9ZLN2M87an2Miy-94" parent="1" style="whiteSpace=wrap;html=1;" value="retry_count &amp;gt; 3&lt;br&gt;status = unknown" vertex="1">
          <mxGeometry height="60" width="120" x="5308.87" y="2010" as="geometry" />
        </mxCell>
        <mxCell id="In8fDh9ZLN2M87an2Miy-105" parent="1" style="rounded=0;whiteSpace=wrap;html=1;" value="Scheduler" vertex="1">
          <mxGeometry height="60" width="120" x="3119.5" y="1397.5" as="geometry" />
        </mxCell>
        <mxCell id="In8fDh9ZLN2M87an2Miy-127" edge="1" parent="1" source="In8fDh9ZLN2M87an2Miy-111" style="edgeStyle=orthogonalEdgeStyle;rounded=0;orthogonalLoop=1;jettySize=auto;html=1;" target="In8fDh9ZLN2M87an2Miy-126" value="">
          <mxGeometry relative="1" as="geometry" />
        </mxCell>
        <mxCell id="In8fDh9ZLN2M87an2Miy-135" edge="1" parent="1" source="In8fDh9ZLN2M87an2Miy-111" style="edgeStyle=orthogonalEdgeStyle;rounded=0;orthogonalLoop=1;jettySize=auto;html=1;entryX=0;entryY=0.5;entryDx=0;entryDy=0;" target="In8fDh9ZLN2M87an2Miy-134">
          <mxGeometry relative="1" as="geometry" />
        </mxCell>
        <mxCell id="In8fDh9ZLN2M87an2Miy-111" parent="1" style="rhombus;whiteSpace=wrap;html=1;" value="loan -&amp;gt; casa amount = loan_amount" vertex="1">
          <mxGeometry height="180" width="166.25" x="4219.5" y="2190" as="geometry" />
        </mxCell>
        <mxCell id="In8fDh9ZLN2M87an2Miy-113" parent="1" style="whiteSpace=wrap;html=1;" value="status = approved&lt;br&gt;processed_at = now&lt;br&gt;release held_amount&lt;br&gt;create loan" vertex="1">
          <mxGeometry height="72.5" width="130" x="4918.87" y="2243.75" as="geometry" />
        </mxCell>
        <mxCell id="In8fDh9ZLN2M87an2Miy-122" edge="1" parent="1" source="In8fDh9ZLN2M87an2Miy-118" style="edgeStyle=orthogonalEdgeStyle;rounded=0;orthogonalLoop=1;jettySize=auto;html=1;" target="In8fDh9ZLN2M87an2Miy-121" value="">
          <mxGeometry relative="1" as="geometry" />
        </mxCell>
        <mxCell id="In8fDh9ZLN2M87an2Miy-118" parent="1" style="whiteSpace=wrap;html=1;" value="row lock&lt;br&gt;loan_application" vertex="1">
          <mxGeometry height="60" width="120" x="4069.5" y="1402.5" as="geometry" />
        </mxCell>
        <mxCell id="In8fDh9ZLN2M87an2Miy-124" edge="1" parent="1" source="In8fDh9ZLN2M87an2Miy-121" style="edgeStyle=orthogonalEdgeStyle;rounded=0;orthogonalLoop=1;jettySize=auto;html=1;" target="In8fDh9ZLN2M87an2Miy-123" value="">
          <mxGeometry relative="1" as="geometry" />
        </mxCell>
        <mxCell id="In8fDh9ZLN2M87an2Miy-125" edge="1" parent="1" source="In8fDh9ZLN2M87an2Miy-121" style="edgeStyle=orthogonalEdgeStyle;rounded=0;orthogonalLoop=1;jettySize=auto;html=1;entryX=0.5;entryY=0;entryDx=0;entryDy=0;" target="In8fDh9ZLN2M87an2Miy-69">
          <mxGeometry relative="1" as="geometry" />
        </mxCell>
        <mxCell id="In8fDh9ZLN2M87an2Miy-121" parent="1" style="rhombus;whiteSpace=wrap;html=1;" value="processed_at &lt;br&gt;is not null" vertex="1">
          <mxGeometry height="115" width="110" x="4249.5" y="1375" as="geometry" />
        </mxCell>
        <mxCell id="In8fDh9ZLN2M87an2Miy-123" parent="1" style="whiteSpace=wrap;html=1;" value="skip processing" vertex="1">
          <mxGeometry height="60" width="120" x="4434.5" y="1402.5" as="geometry" />
        </mxCell>
        <mxCell id="In8fDh9ZLN2M87an2Miy-129" edge="1" parent="1" source="In8fDh9ZLN2M87an2Miy-126" style="edgeStyle=orthogonalEdgeStyle;rounded=0;orthogonalLoop=1;jettySize=auto;html=1;" target="In8fDh9ZLN2M87an2Miy-128" value="">
          <mxGeometry relative="1" as="geometry" />
        </mxCell>
        <mxCell id="In8fDh9ZLN2M87an2Miy-126" parent="1" style="whiteSpace=wrap;html=1;" value="loan was not issued fully" vertex="1">
          <mxGeometry height="60" width="120" x="4242.625" y="2462.5" as="geometry" />
        </mxCell>
        <mxCell id="In8fDh9ZLN2M87an2Miy-128" parent="1" style="whiteSpace=wrap;html=1;" value="status = review?" vertex="1">
          <mxGeometry height="60" width="120" x="4242.625" y="2602.5" as="geometry" />
        </mxCell>
        <mxCell id="In8fDh9ZLN2M87an2Miy-130" parent="1" style="rounded=0;whiteSpace=wrap;html=1;fontSize=21;" value="WHERE TO TRIGGER CGW???" vertex="1">
          <mxGeometry height="290" width="450.63" x="5209.5" y="2212.5" as="geometry" />
        </mxCell>
        <mxCell id="In8fDh9ZLN2M87an2Miy-133" edge="1" parent="1" source="In8fDh9ZLN2M87an2Miy-131" style="edgeStyle=orthogonalEdgeStyle;rounded=0;orthogonalLoop=1;jettySize=auto;html=1;" target="In8fDh9ZLN2M87an2Miy-88" value="">
          <mxGeometry relative="1" as="geometry" />
        </mxCell>
        <mxCell id="In8fDh9ZLN2M87an2Miy-131" parent="1" style="whiteSpace=wrap;html=1;" value="processed_at = now" vertex="1">
          <mxGeometry height="60" width="120" x="5616.37" y="1942.5" as="geometry" />
        </mxCell>
        <mxCell id="In8fDh9ZLN2M87an2Miy-141" edge="1" parent="1" source="In8fDh9ZLN2M87an2Miy-134" style="edgeStyle=orthogonalEdgeStyle;rounded=0;orthogonalLoop=1;jettySize=auto;html=1;entryX=0;entryY=0.5;entryDx=0;entryDy=0;" target="In8fDh9ZLN2M87an2Miy-139">
          <mxGeometry relative="1" as="geometry" />
        </mxCell>
        <mxCell id="In8fDh9ZLN2M87an2Miy-145" edge="1" parent="1" source="In8fDh9ZLN2M87an2Miy-134" style="edgeStyle=orthogonalEdgeStyle;rounded=0;orthogonalLoop=1;jettySize=auto;html=1;" target="In8fDh9ZLN2M87an2Miy-144" value="">
          <mxGeometry relative="1" as="geometry" />
        </mxCell>
        <mxCell id="In8fDh9ZLN2M87an2Miy-134" parent="1" style="rhombus;whiteSpace=wrap;html=1;" value="casa -&amp;gt; domestic (CGW)&lt;br&gt;exists?" vertex="1">
          <mxGeometry height="180" width="190" x="4449.5" y="2190" as="geometry" />
        </mxCell>
        <mxCell id="In8fDh9ZLN2M87an2Miy-142" edge="1" parent="1" source="In8fDh9ZLN2M87an2Miy-139" style="edgeStyle=orthogonalEdgeStyle;rounded=0;orthogonalLoop=1;jettySize=auto;html=1;entryX=0;entryY=0.5;entryDx=0;entryDy=0;" target="In8fDh9ZLN2M87an2Miy-113">
          <mxGeometry relative="1" as="geometry" />
        </mxCell>
        <mxCell id="In8fDh9ZLN2M87an2Miy-139" parent="1" style="rhombus;whiteSpace=wrap;html=1;" value="casa -&amp;gt; domestic amount = loan_amount" vertex="1">
          <mxGeometry height="180" width="172.5" x="4699.5" y="2190" as="geometry" />
        </mxCell>
        <mxCell id="In8fDh9ZLN2M87an2Miy-147" edge="1" parent="1" source="In8fDh9ZLN2M87an2Miy-144" style="edgeStyle=orthogonalEdgeStyle;rounded=0;orthogonalLoop=1;jettySize=auto;html=1;" target="In8fDh9ZLN2M87an2Miy-146" value="">
          <mxGeometry relative="1" as="geometry" />
        </mxCell>
        <mxCell id="In8fDh9ZLN2M87an2Miy-144" parent="1" style="whiteSpace=wrap;html=1;" value="Trigger CGW" vertex="1">
          <mxGeometry height="60" width="120" x="4484.5" y="2482.5" as="geometry" />
        </mxCell>
        <mxCell id="In8fDh9ZLN2M87an2Miy-148" edge="1" parent="1" source="In8fDh9ZLN2M87an2Miy-146" style="edgeStyle=orthogonalEdgeStyle;rounded=0;orthogonalLoop=1;jettySize=auto;html=1;entryX=0.5;entryY=1;entryDx=0;entryDy=0;" target="In8fDh9ZLN2M87an2Miy-113">
          <mxGeometry relative="1" as="geometry" />
        </mxCell>
        <mxCell id="In8fDh9ZLN2M87an2Miy-150" edge="1" parent="1" source="In8fDh9ZLN2M87an2Miy-146" style="edgeStyle=orthogonalEdgeStyle;rounded=0;orthogonalLoop=1;jettySize=auto;html=1;" target="In8fDh9ZLN2M87an2Miy-149" value="">
          <mxGeometry relative="1" as="geometry" />
        </mxCell>
        <mxCell id="In8fDh9ZLN2M87an2Miy-146" parent="1" style="rhombus;whiteSpace=wrap;html=1;" value="200" vertex="1">
          <mxGeometry height="80" width="80" x="4704.5" y="2472.5" as="geometry" />
        </mxCell>
        <mxCell id="In8fDh9ZLN2M87an2Miy-149" parent="1" style="whiteSpace=wrap;html=1;" value="next_retry_at = now + 5min" vertex="1">
          <mxGeometry height="60" width="155" x="4667" y="2622.5" as="geometry" />
        </mxCell>
        <mxCell id="In8fDh9ZLN2M87an2Miy-154" edge="1" parent="1" source="In8fDh9ZLN2M87an2Miy-152" style="edgeStyle=orthogonalEdgeStyle;rounded=0;orthogonalLoop=1;jettySize=auto;html=1;entryX=0;entryY=0.5;entryDx=0;entryDy=0;" target="In8fDh9ZLN2M87an2Miy-153">
          <mxGeometry relative="1" as="geometry" />
        </mxCell>
        <mxCell id="In8fDh9ZLN2M87an2Miy-176" edge="1" parent="1" source="In8fDh9ZLN2M87an2Miy-152" style="edgeStyle=orthogonalEdgeStyle;rounded=0;orthogonalLoop=1;jettySize=auto;html=1;" target="In8fDh9ZLN2M87an2Miy-175" value="">
          <mxGeometry relative="1" as="geometry" />
        </mxCell>
        <mxCell id="In8fDh9ZLN2M87an2Miy-152" parent="1" style="rhombus;whiteSpace=wrap;html=1;" value="Polaris&lt;br&gt;/loan/&lt;span style=&quot;color: rgb(33, 33, 33); font-family: Inter, system-ui, -apple-system, &amp;quot;system-ui&amp;quot;, &amp;quot;Segoe UI&amp;quot;, Roboto, Oxygen, Ubuntu, Cantarell, &amp;quot;Fira Sans&amp;quot;, &amp;quot;Droid Sans&amp;quot;, Helvetica, Arial, sans-serif; text-align: left; white-space: pre-wrap; background-color: rgb(255, 255, 255);&quot;&gt;getAccountDetail&lt;/span&gt;&lt;br&gt;loan_application.amount &amp;lt;= polaris.available_amount" vertex="1">
          <mxGeometry height="190" width="230" x="1802.5" y="1060" as="geometry" />
        </mxCell>
        <mxCell id="In8fDh9ZLN2M87an2Miy-158" edge="1" parent="1" source="In8fDh9ZLN2M87an2Miy-153" style="edgeStyle=orthogonalEdgeStyle;rounded=0;orthogonalLoop=1;jettySize=auto;html=1;entryX=0;entryY=0.5;entryDx=0;entryDy=0;" target="In8fDh9ZLN2M87an2Miy-157">
          <mxGeometry relative="1" as="geometry" />
        </mxCell>
        <mxCell id="In8fDh9ZLN2M87an2Miy-153" parent="1" style="whiteSpace=wrap;html=1;" value="Polaris /loan/&lt;span style=&quot;color: rgb(33, 33, 33); font-family: Inter, system-ui, -apple-system, &amp;quot;system-ui&amp;quot;, &amp;quot;Segoe UI&amp;quot;, Roboto, Oxygen, Ubuntu, Cantarell, &amp;quot;Fira Sans&amp;quot;, &amp;quot;Droid Sans&amp;quot;, Helvetica, Arial, sans-serif; text-align: left; white-space: pre-wrap; background-color: rgb(255, 255, 255);&quot;&gt;grantLoanNonCash&lt;br/&gt;+ CGW trigger&lt;/span&gt;" vertex="1">
          <mxGeometry height="60" width="170" x="2120" y="1125" as="geometry" />
        </mxCell>
        <mxCell id="In8fDh9ZLN2M87an2Miy-177" edge="1" parent="1" source="In8fDh9ZLN2M87an2Miy-157" style="edgeStyle=orthogonalEdgeStyle;rounded=0;orthogonalLoop=1;jettySize=auto;html=1;entryX=0;entryY=0.5;entryDx=0;entryDy=0;" target="In8fDh9ZLN2M87an2Miy-105">
          <mxGeometry relative="1" as="geometry">
            <Array as="points">
              <mxPoint x="2400" y="1427" />
            </Array>
            <mxPoint x="2809.5" y="1427.5" as="targetPoint" />
          </mxGeometry>
        </mxCell>
        <mxCell id="In8fDh9ZLN2M87an2Miy-157" parent="1" style="rhombus;whiteSpace=wrap;html=1;" value="200" vertex="1">
          <mxGeometry height="80" width="80" x="2360" y="1115" as="geometry" />
        </mxCell>
        <mxCell id="In8fDh9ZLN2M87an2Miy-164" edge="1" parent="1" source="In8fDh9ZLN2M87an2Miy-161" style="edgeStyle=orthogonalEdgeStyle;rounded=0;orthogonalLoop=1;jettySize=auto;html=1;" target="In8fDh9ZLN2M87an2Miy-162" value="">
          <mxGeometry relative="1" as="geometry" />
        </mxCell>
        <mxCell id="In8fDh9ZLN2M87an2Miy-161" parent="1" style="rounded=0;whiteSpace=wrap;html=1;" value="loan account row lock" vertex="1">
          <mxGeometry height="60" width="145" x="895" y="1125" as="geometry" />
        </mxCell>
        <mxCell id="In8fDh9ZLN2M87an2Miy-165" edge="1" parent="1" source="In8fDh9ZLN2M87an2Miy-162" style="edgeStyle=orthogonalEdgeStyle;rounded=0;orthogonalLoop=1;jettySize=auto;html=1;" target="In8fDh9ZLN2M87an2Miy-12">
          <mxGeometry relative="1" as="geometry" />
        </mxCell>
        <mxCell id="In8fDh9ZLN2M87an2Miy-162" parent="1" style="rounded=0;whiteSpace=wrap;html=1;" value="&lt;span style=&quot;font-weight: 700; text-align: left;&quot;&gt;ROWLOCK - loan_limits.held_amount += amount&lt;/span&gt;" vertex="1">
          <mxGeometry height="60" width="215" x="1120" y="1125" as="geometry" />
        </mxCell>
        <mxCell id="In8fDh9ZLN2M87an2Miy-184" edge="1" parent="1" source="In8fDh9ZLN2M87an2Miy-166" style="edgeStyle=orthogonalEdgeStyle;rounded=0;orthogonalLoop=1;jettySize=auto;html=1;" target="In8fDh9ZLN2M87an2Miy-183" value="">
          <mxGeometry relative="1" as="geometry" />
        </mxCell>
        <mxCell id="In8fDh9ZLN2M87an2Miy-166" parent="1" style="swimlane;fontStyle=0;childLayout=stackLayout;horizontal=1;startSize=30;horizontalStack=0;resizeParent=1;resizeParentMax=0;resizeLast=0;collapsible=1;marginBottom=0;whiteSpace=wrap;html=1;" value="Loan issued" vertex="1">
          <mxGeometry height="120" width="210" x="2590" y="1130" as="geometry" />
        </mxCell>
        <mxCell id="In8fDh9ZLN2M87an2Miy-167" parent="In8fDh9ZLN2M87an2Miy-166" style="text;strokeColor=none;fillColor=none;align=left;verticalAlign=middle;spacingLeft=4;spacingRight=4;overflow=hidden;points=[[0,0.5],[1,0.5]];portConstraint=eastwest;rotatable=0;whiteSpace=wrap;html=1;" value="loan_application = approved" vertex="1">
          <mxGeometry height="30" width="210" y="30" as="geometry" />
        </mxCell>
        <mxCell id="In8fDh9ZLN2M87an2Miy-168" parent="In8fDh9ZLN2M87an2Miy-166" style="text;strokeColor=none;fillColor=none;align=left;verticalAlign=middle;spacingLeft=4;spacingRight=4;overflow=hidden;points=[[0,0.5],[1,0.5]];portConstraint=eastwest;rotatable=0;whiteSpace=wrap;html=1;" value="create loan" vertex="1">
          <mxGeometry height="30" width="210" y="60" as="geometry" />
        </mxCell>
        <mxCell id="In8fDh9ZLN2M87an2Miy-169" parent="In8fDh9ZLN2M87an2Miy-166" style="text;strokeColor=none;fillColor=none;align=left;verticalAlign=middle;spacingLeft=4;spacingRight=4;overflow=hidden;points=[[0,0.5],[1,0.5]];portConstraint=eastwest;rotatable=0;whiteSpace=wrap;html=1;" value="release lock" vertex="1">
          <mxGeometry height="30" width="210" y="90" as="geometry" />
        </mxCell>
        <mxCell id="In8fDh9ZLN2M87an2Miy-170" edge="1" parent="1" source="In8fDh9ZLN2M87an2Miy-157" style="edgeStyle=orthogonalEdgeStyle;rounded=0;orthogonalLoop=1;jettySize=auto;html=1;entryX=0.003;entryY=0.156;entryDx=0;entryDy=0;entryPerimeter=0;" target="In8fDh9ZLN2M87an2Miy-166">
          <mxGeometry relative="1" as="geometry" />
        </mxCell>
        <mxCell id="In8fDh9ZLN2M87an2Miy-174" parent="1" style="text;html=1;whiteSpace=wrap;strokeColor=none;fillColor=none;align=center;verticalAlign=middle;rounded=0;" value="&lt;div style=&quot;background-color:#ffffff;color:#080808&quot;&gt;&lt;pre style=&quot;font-family:&#39;JetBrains Mono&#39;,monospace;font-size:9.8pt;&quot;&gt;&lt;span style=&quot;color:#9e880d;&quot;&gt;@Transactional&lt;/span&gt;(propagation = &lt;span style=&quot;color:#000000;&quot;&gt;Propagation&lt;/span&gt;.&lt;span style=&quot;color:#871094;font-style:italic;&quot;&gt;REQUIRES_NEW&lt;/span&gt;)&lt;/pre&gt;&lt;/div&gt;" vertex="1">
          <mxGeometry height="30" width="240" x="1200" y="1010" as="geometry" />
        </mxCell>
        <mxCell id="In8fDh9ZLN2M87an2Miy-175" parent="1" style="whiteSpace=wrap;html=1;" value="Rollback, return error" vertex="1">
          <mxGeometry height="60" width="132.5" x="1851.25" y="1295" as="geometry" />
        </mxCell>
        <mxCell id="In8fDh9ZLN2M87an2Miy-186" edge="1" parent="1" source="In8fDh9ZLN2M87an2Miy-183" style="edgeStyle=orthogonalEdgeStyle;rounded=0;orthogonalLoop=1;jettySize=auto;html=1;" target="In8fDh9ZLN2M87an2Miy-185" value="">
          <mxGeometry relative="1" as="geometry" />
        </mxCell>
        <mxCell id="In8fDh9ZLN2M87an2Miy-187" edge="1" parent="1" source="In8fDh9ZLN2M87an2Miy-183" style="edgeStyle=orthogonalEdgeStyle;rounded=0;orthogonalLoop=1;jettySize=auto;html=1;" target="In8fDh9ZLN2M87an2Miy-105">
          <mxGeometry relative="1" as="geometry">
            <Array as="points">
              <mxPoint x="2995" y="1427" />
            </Array>
          </mxGeometry>
        </mxCell>
        <mxCell id="In8fDh9ZLN2M87an2Miy-183" parent="1" style="rhombus;whiteSpace=wrap;html=1;fontStyle=0;startSize=30;horizontal=1;" value="db transaction success?" vertex="1">
          <mxGeometry height="135" width="130" x="2930" y="1122.5" as="geometry" />
        </mxCell>
        <mxCell id="In8fDh9ZLN2M87an2Miy-185" parent="1" style="whiteSpace=wrap;html=1;fontStyle=0;startSize=30;horizontal=1;" value="return success to client" vertex="1">
          <mxGeometry height="60" width="120" x="3145" y="1160" as="geometry" />
        </mxCell>
-         <mxCell id="In8fDh9ZLN2M87an2Miy-189" parent="1" style="text;html=1;whiteSpace=wrap;strokeColor=none;fillColor=none;align=center;verticalAlign=middle;rounded=0;" value="&lt;div style=&quot;background-color:#ffffff;color:#080808&quot;&gt;&lt;pre style=&quot;font-family:&#39;JetBrains Mono&#39;,monospace;font-size:9.8pt;&quot;&gt;&lt;span style=&quot;color:#9e880d;&quot;&gt;@Transactional&lt;/span&gt;(propagation = &lt;span style=&quot;color:#000000;&quot;&gt;Propagation&lt;/span&gt;.&lt;span style=&quot;color:#871094;font-style:italic;&quot;&gt;REQUIRES_NEW&lt;/span&gt;)&lt;/pre&gt;&lt;/div&gt;" vertex="1">
-           <mxGeometry height="30" width="240" x="4938.87" y="1245" as="geometry" />
+         <mxCell id="In8fDh9ZLN2M87an2Miy-189" parent="1" style="text;html=1;whiteSpace=wrap;strokeColor=none;fillColor=none;align=center;verticalAlign=middle;rounded=0;fontSize=26;" value="&lt;div style=&quot;background-color:#ffffff;color:#080808&quot;&gt;&lt;pre style=&quot;font-family: &amp;quot;JetBrains Mono&amp;quot;, monospace;&quot;&gt;&lt;span style=&quot;color:#9e880d;&quot;&gt;@Transactional&lt;/span&gt;(propagation = &lt;span style=&quot;color:#000000;&quot;&gt;Propagation&lt;/span&gt;.&lt;span style=&quot;color:#871094;font-style:italic;&quot;&gt;REQUIRES_NEW&lt;/span&gt;)&lt;/pre&gt;&lt;/div&gt;" vertex="1">
+           <mxGeometry height="30" width="240" x="4918.87" y="1265" as="geometry" />
        </mxCell>
      </root>
    </mxGraphModel>
  </diagram>
</mxfile>
